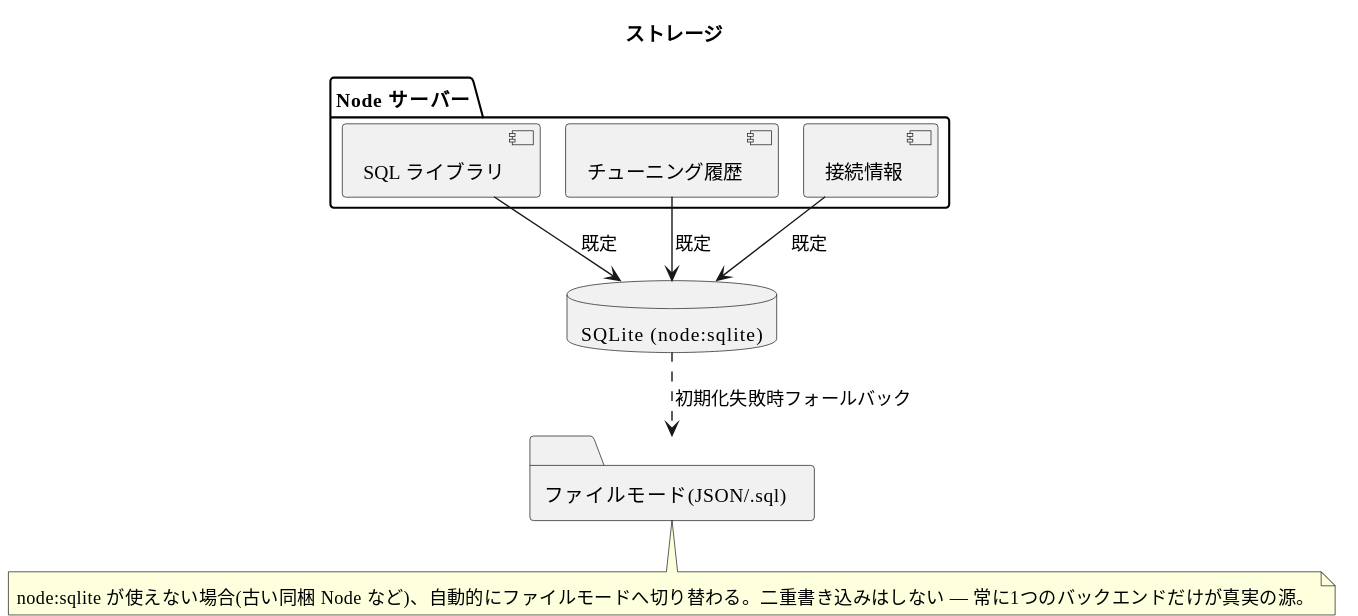
Before: web/design/storage.ja.svg, a diagram exported from PlantUML (farmerkweon/OracleTuner).
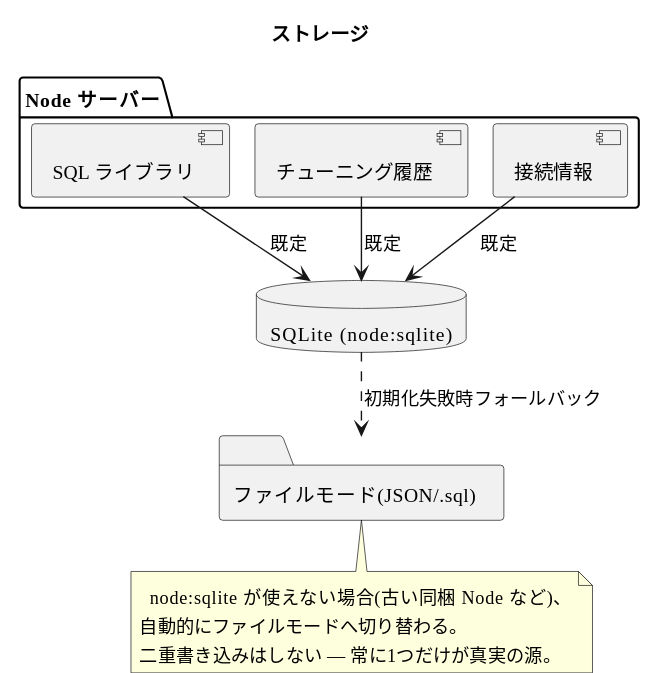
Above is the later version.

Change to the diagram source:
```diff
@@ -19,6 +19,8 @@
 SQLITE ..> FILES : 初期化失敗時フォールバック
 
 note bottom of FILES
-  node:sqlite が使えない場合(古い同梱 Node など)、自動的にファイルモードへ切り替わる。二重書き込みはしない — 常に1つのバックエンドだけが真実の源。
+  node:sqlite が使えない場合(古い同梱 Node など)、
+自動的にファイルモードへ切り替わる。
+二重書き込みはしない — 常に1つだけが真実の源。
 end note
 @enduml
```
